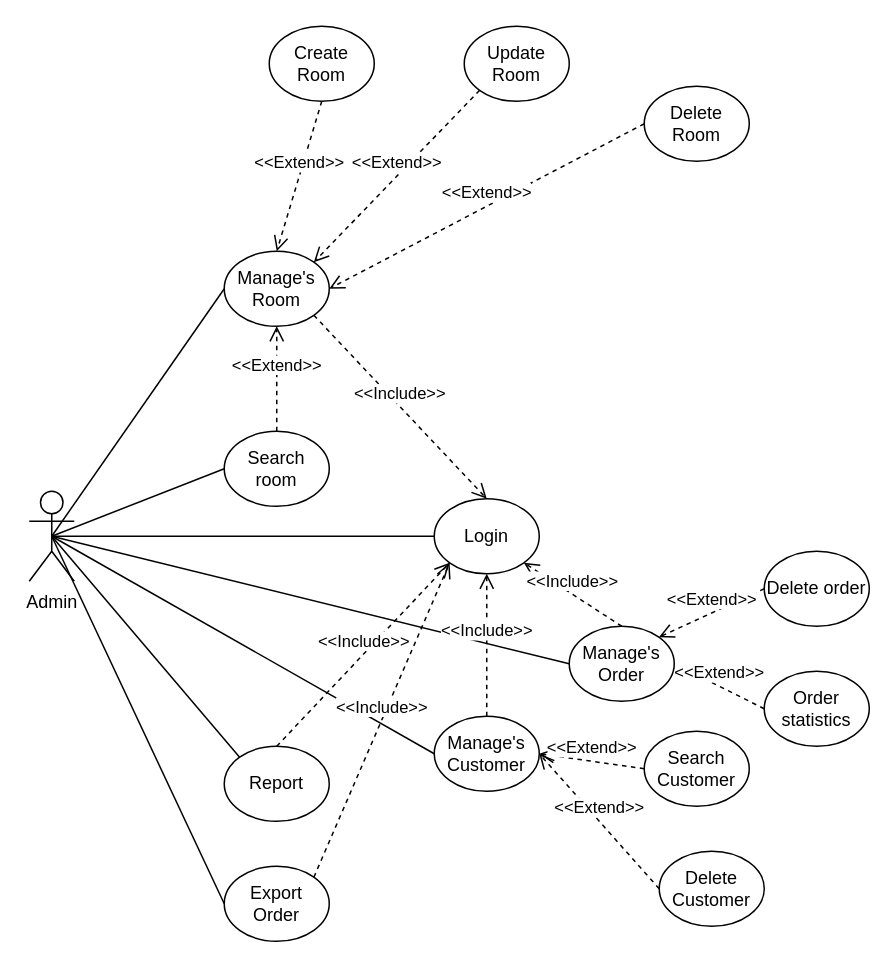
Before: Database/Usecase_Admin.drawio in passion-Infinity/PRN292_Assignment, a draw.io diagram. Source tidied: cells renumbered, new cells numbered last; positions are measured from the earlier drawing's top-left corner, leaving out a move shared by most shapes. Both pictures are drawn from the tidied source at 150%, with x=0, y=0 at pixel (28, 26).
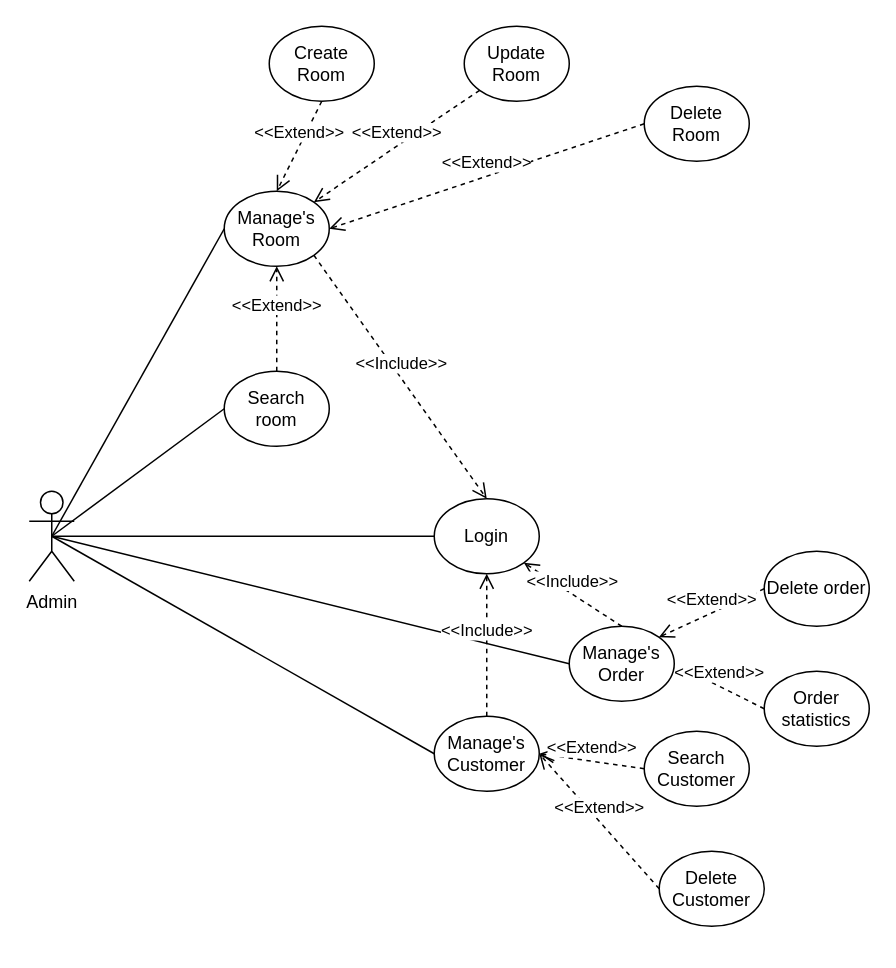
Above is the later version.

The change refers to these unchanged cells:
```xml
<mxCell id="2" value="Admin" style="shape=umlActor;verticalLabelPosition=bottom;verticalAlign=top;html=1;outlineConnect=0;" parent="1" vertex="1">
  <mxGeometry y="310" width="30" height="60" as="geometry" />
</mxCell>
<mxCell id="3" value="Login" style="ellipse;whiteSpace=wrap;html=1;" parent="1" vertex="1">
  <mxGeometry x="270" y="315" width="70" height="50" as="geometry" />
</mxCell>
```

The edit, as a diff of the source:
```diff
@@
     <mxCell id="9" value="Search room" style="ellipse;whiteSpace=wrap;html=1;" parent="1" vertex="1">
-      <mxGeometry x="130" y="270" width="70" height="50" as="geometry" />
+      <mxGeometry x="130" y="230" width="70" height="50" as="geometry" />
     </mxCell>
     <mxCell id="10" value="Manage's Room" style="ellipse;whiteSpace=wrap;html=1;" parent="1" vertex="1">
-      <mxGeometry x="130" y="150" width="70" height="50" as="geometry" />
+      <mxGeometry x="130" y="110" width="70" height="50" as="geometry" />
     </mxCell>
@@
-    <mxCell id="31" value="Report" style="ellipse;whiteSpace=wrap;html=1;" parent="1" vertex="1">
-      <mxGeometry x="130" y="480" width="70" height="50" as="geometry" />
-    </mxCell>
-    <mxCell id="32" value="Export Order" style="ellipse;whiteSpace=wrap;html=1;" parent="1" vertex="1">
-      <mxGeometry x="130" y="560" width="70" height="50" as="geometry" />
-    </mxCell>
-    <mxCell id="33" value="&amp;lt;&amp;lt;Include&amp;gt;&amp;gt;" style="html=1;verticalAlign=bottom;endArrow=open;dashed=1;endSize=8;exitX=0.5;exitY=0;exitDx=0;exitDy=0;entryX=0;entryY=1;entryDx=0;entryDy=0;" parent="1" edge="1" source="31" target="3">
-      <mxGeometry relative="1" as="geometry" />
-    </mxCell>
-    <mxCell id="34" value="&amp;lt;&amp;lt;Include&amp;gt;&amp;gt;" style="html=1;verticalAlign=bottom;endArrow=open;dashed=1;endSize=8;exitX=1;exitY=0;exitDx=0;exitDy=0;entryX=0;entryY=1;entryDx=0;entryDy=0;" parent="1" edge="1" source="32" target="3">
-      <mxGeometry relative="1" as="geometry" />
-    </mxCell>
-    <mxCell id="35" style="endArrow=none;html=1;exitX=0.5;exitY=0.5;exitDx=0;exitDy=0;exitPerimeter=0;entryX=0;entryY=0;entryDx=0;entryDy=0;" parent="1" edge="1" source="2" target="31">
-      <mxGeometry relative="1" as="geometry" />
-    </mxCell>
-    <mxCell id="36" style="endArrow=none;html=1;exitX=0;exitY=0.5;exitDx=0;exitDy=0;entryX=0.5;entryY=0.5;entryDx=0;entryDy=0;entryPerimeter=0;" parent="1" edge="1" source="32" target="2">
-      <mxGeometry relative="1" as="geometry" />
-    </mxCell>
```
